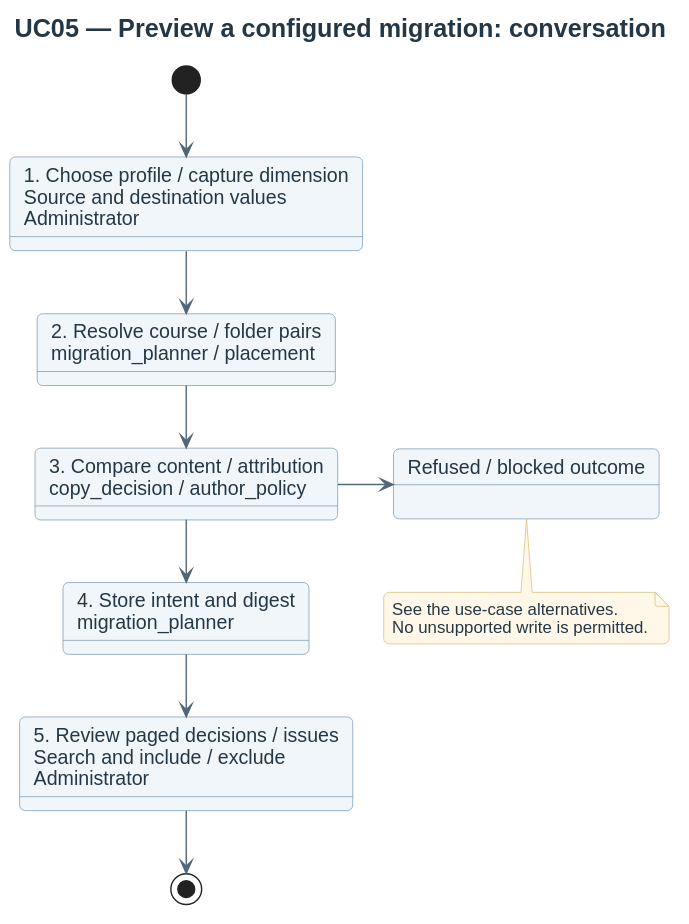
This is docs/diagrams/requirements/use-case-details/uc05-preview-migration.svg from didactika/moodle-local_coursefiles, a PlantUML export, as it was before one commit.
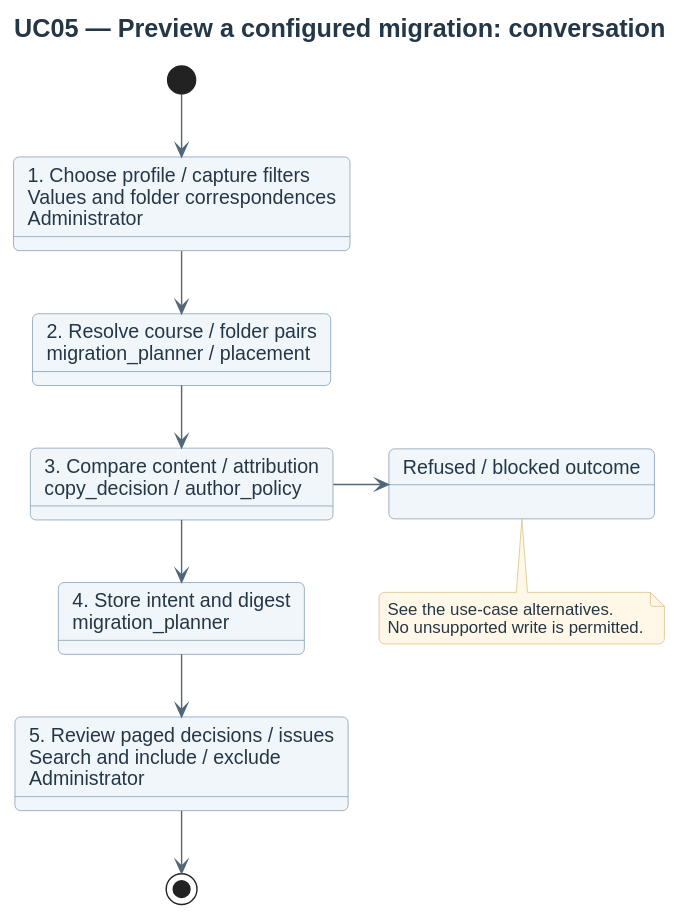
Above is the later version.

Change to the diagram source:
```diff
@@ -2,7 +2,7 @@
 !include ../../_style.puml
 title UC05 — Preview a configured migration: conversation
 top to bottom direction
-state "1. Choose profile / capture dimension\nSource and destination values\nAdministrator" as S1
+state "1. Choose profile / capture filters\nValues and folder correspondences\nAdministrator" as S1
 state "2. Resolve course / folder pairs\nmigration_planner / placement" as S2
 state "3. Compare content / attribution\ncopy_decision / author_policy" as S3
 state "4. Store intent and digest\nmigration_planner" as S4
```
